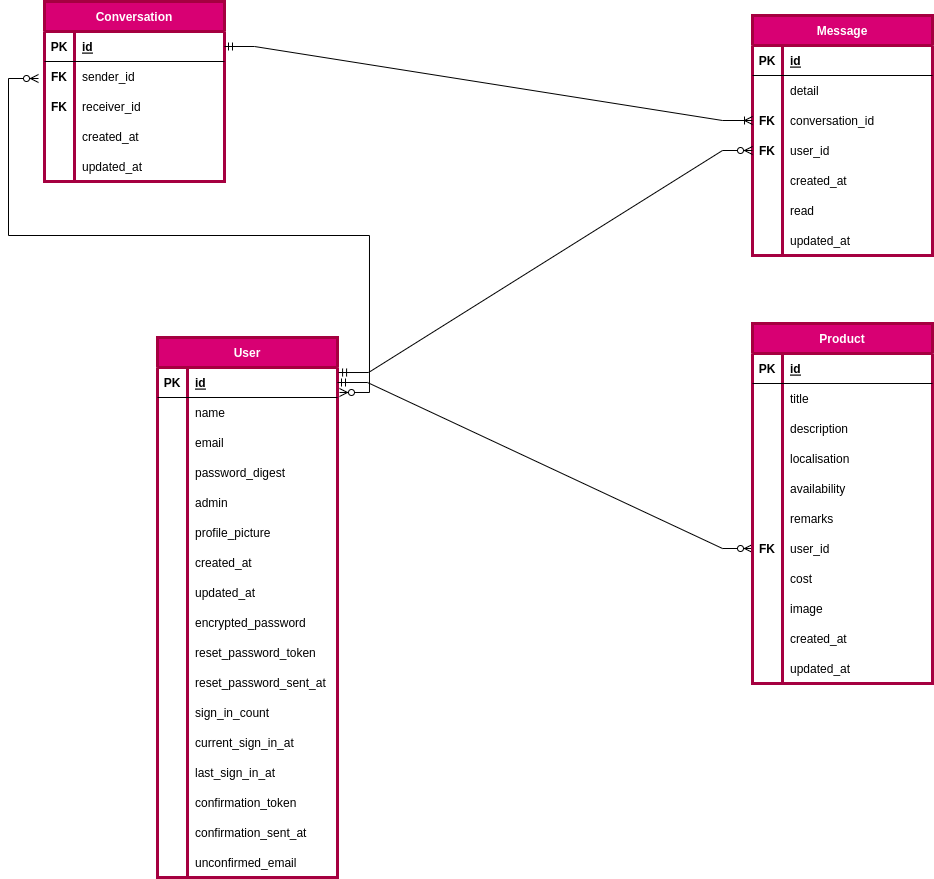
Earlier version of the draw.io export public/ER.png (IBRAHIMA8/Transimo). Source tidied: cells renumbered, new cells last; positions are measured from the earlier drawing's top-left corner, leaving out a move shared by most shapes.
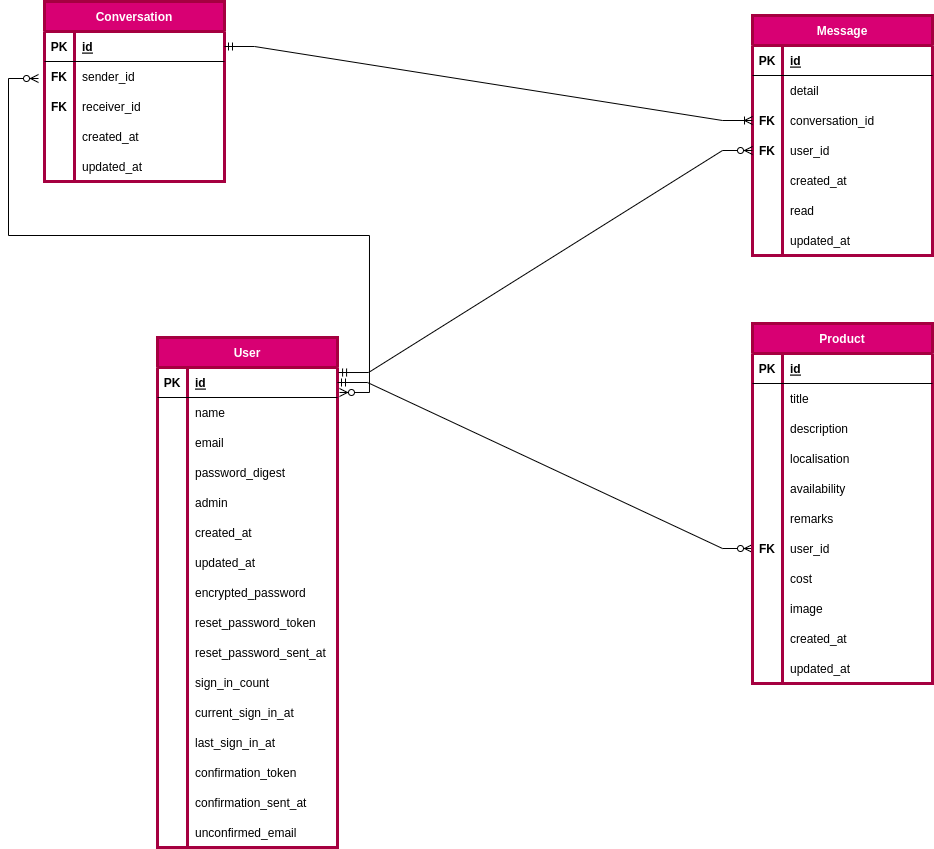
The same file after the commit.

What changed in the source:
```diff
@@ -3,7 +3,7 @@
     <mxCell id="0" />
     <mxCell id="1" parent="0" />
     <mxCell id="2" value="User" style="shape=table;startSize=30;rowLines=0;fontStyle=1;align=center;fillColor=#d80073;strokeColor=#A50040;fontColor=#ffffff;strokeWidth=3;" parent="1" vertex="1">
-      <mxGeometry x="119" y="336" width="180" height="540" as="geometry" />
+      <mxGeometry x="119" y="336" width="180" height="510" as="geometry" />
     </mxCell>
     <mxCell id="3" style="shape=tableRow;horizontal=0;startSize=0;swimlaneHead=0;swimlaneBody=0;fillColor=none;points=[[0,0.5],[1,0.5]];portConstraint=eastwest;top=0;left=0;right=0;bottom=1;" parent="2" vertex="1">
       <mxGeometry y="30" width="180" height="30" as="geometry" />
@@ -50,17 +50,8 @@
     <mxCell id="17" value="admin" style="shape=partialRectangle;fillColor=none;top=0;left=0;bottom=0;right=0;align=left;spacingLeft=6;overflow=hidden;" parent="15" vertex="1">
       <mxGeometry x="30" width="150" height="30" as="geometry" />
     </mxCell>
-    <mxCell id="18" style="shape=tableRow;horizontal=0;startSize=0;swimlaneHead=0;swimlaneBody=0;fillColor=none;top=0;left=0;right=0;bottom=0;" parent="2" vertex="1">
-      <mxGeometry y="180" width="180" height="30" as="geometry" />
-    </mxCell>
-    <mxCell id="19" style="shape=partialRectangle;fillColor=none;top=0;left=0;bottom=0;right=0;overflow=hidden;" parent="18" vertex="1">
-      <mxGeometry width="30" height="30" as="geometry" />
-    </mxCell>
-    <mxCell id="20" value="profile_picture" style="shape=partialRectangle;fillColor=none;top=0;left=0;bottom=0;right=0;align=left;spacingLeft=6;overflow=hidden;" parent="18" vertex="1">
-      <mxGeometry x="30" width="150" height="30" as="geometry" />
-    </mxCell>
     <mxCell id="21" style="shape=tableRow;horizontal=0;startSize=0;swimlaneHead=0;swimlaneBody=0;fillColor=none;top=0;left=0;right=0;bottom=0;" parent="2" vertex="1">
-      <mxGeometry y="210" width="180" height="30" as="geometry" />
+      <mxGeometry y="180" width="180" height="30" as="geometry" />
     </mxCell>
     <mxCell id="22" style="shape=partialRectangle;fillColor=none;top=0;left=0;bottom=0;right=0;overflow=hidden;" parent="21" vertex="1">
       <mxGeometry width="30" height="30" as="geometry" />
@@ -69,7 +60,7 @@
       <mxGeometry x="30" width="150" height="30" as="geometry" />
     </mxCell>
     <mxCell id="24" style="shape=tableRow;horizontal=0;startSize=0;swimlaneHead=0;swimlaneBody=0;fillColor=none;top=0;left=0;right=0;bottom=0;" parent="2" vertex="1">
-      <mxGeometry y="240" width="180" height="30" as="geometry" />
+      <mxGeometry y="210" width="180" height="30" as="geometry" />
     </mxCell>
     <mxCell id="25" style="shape=partialRectangle;fillColor=none;top=0;left=0;bottom=0;right=0;overflow=hidden;" parent="24" vertex="1">
       <mxGeometry width="30" height="30" as="geometry" />
@@ -78,7 +69,7 @@
       <mxGeometry x="30" width="150" height="30" as="geometry" />
     </mxCell>
     <mxCell id="27" style="shape=tableRow;horizontal=0;startSize=0;swimlaneHead=0;swimlaneBody=0;fillColor=none;top=0;left=0;right=0;bottom=0;" parent="2" vertex="1">
-      <mxGeometry y="270" width="180" height="30" as="geometry" />
+      <mxGeometry y="240" width="180" height="30" as="geometry" />
     </mxCell>
     <mxCell id="28" style="shape=partialRectangle;fillColor=none;top=0;left=0;bottom=0;right=0;overflow=hidden;" parent="27" vertex="1">
       <mxGeometry width="30" height="30" as="geometry" />
@@ -87,7 +78,7 @@
       <mxGeometry x="30" width="150" height="30" as="geometry" />
     </mxCell>
     <mxCell id="30" style="shape=tableRow;horizontal=0;startSize=0;swimlaneHead=0;swimlaneBody=0;fillColor=none;top=0;left=0;right=0;bottom=0;" parent="2" vertex="1">
-      <mxGeometry y="300" width="180" height="30" as="geometry" />
+      <mxGeometry y="270" width="180" height="30" as="geometry" />
     </mxCell>
     <mxCell id="31" style="shape=partialRectangle;fillColor=none;top=0;left=0;bottom=0;right=0;overflow=hidden;" parent="30" vertex="1">
       <mxGeometry width="30" height="30" as="geometry" />
@@ -96,7 +87,7 @@
       <mxGeometry x="30" width="150" height="30" as="geometry" />
     </mxCell>
     <mxCell id="33" style="shape=tableRow;horizontal=0;startSize=0;swimlaneHead=0;swimlaneBody=0;fillColor=none;top=0;left=0;right=0;bottom=0;" parent="2" vertex="1">
-      <mxGeometry y="330" width="180" height="30" as="geometry" />
+      <mxGeometry y="300" width="180" height="30" as="geometry" />
     </mxCell>
     <mxCell id="34" style="shape=partialRectangle;fillColor=none;top=0;left=0;bottom=0;right=0;overflow=hidden;" parent="33" vertex="1">
       <mxGeometry width="30" height="30" as="geometry" />
@@ -105,7 +96,7 @@
       <mxGeometry x="30" width="150" height="30" as="geometry" />
     </mxCell>
     <mxCell id="36" style="shape=tableRow;horizontal=0;startSize=0;swimlaneHead=0;swimlaneBody=0;fillColor=none;top=0;left=0;right=0;bottom=0;" parent="2" vertex="1">
-      <mxGeometry y="360" width="180" height="30" as="geometry" />
+      <mxGeometry y="330" width="180" height="30" as="geometry" />
     </mxCell>
     <mxCell id="37" style="shape=partialRectangle;fillColor=none;top=0;left=0;bottom=0;right=0;overflow=hidden;" parent="36" vertex="1">
       <mxGeometry width="30" height="30" as="geometry" />
@@ -114,7 +105,7 @@
       <mxGeometry x="30" width="150" height="30" as="geometry" />
     </mxCell>
     <mxCell id="39" style="shape=tableRow;horizontal=0;startSize=0;swimlaneHead=0;swimlaneBody=0;fillColor=none;top=0;left=0;right=0;bottom=0;" parent="2" vertex="1">
-      <mxGeometry y="390" width="180" height="30" as="geometry" />
+      <mxGeometry y="360" width="180" height="30" as="geometry" />
     </mxCell>
     <mxCell id="40" style="shape=partialRectangle;fillColor=none;top=0;left=0;bottom=0;right=0;overflow=hidden;" parent="39" vertex="1">
       <mxGeometry width="30" height="30" as="geometry" />
@@ -123,7 +114,7 @@
       <mxGeometry x="30" width="150" height="30" as="geometry" />
     </mxCell>
     <mxCell id="42" style="shape=tableRow;horizontal=0;startSize=0;swimlaneHead=0;swimlaneBody=0;fillColor=none;top=0;left=0;right=0;bottom=0;" parent="2" vertex="1">
-      <mxGeometry y="420" width="180" height="30" as="geometry" />
+      <mxGeometry y="390" width="180" height="30" as="geometry" />
     </mxCell>
     <mxCell id="43" style="shape=partialRectangle;fillColor=none;top=0;left=0;bottom=0;right=0;overflow=hidden;" parent="42" vertex="1">
       <mxGeometry width="30" height="30" as="geometry" />
@@ -132,7 +123,7 @@
       <mxGeometry x="30" width="150" height="30" as="geometry" />
     </mxCell>
     <mxCell id="45" style="shape=tableRow;horizontal=0;startSize=0;swimlaneHead=0;swimlaneBody=0;fillColor=none;top=0;left=0;right=0;bottom=0;" parent="2" vertex="1">
-      <mxGeometry y="450" width="180" height="30" as="geometry" />
+      <mxGeometry y="420" width="180" height="30" as="geometry" />
     </mxCell>
     <mxCell id="46" style="shape=partialRectangle;fillColor=none;top=0;left=0;bottom=0;right=0;overflow=hidden;" parent="45" vertex="1">
       <mxGeometry width="30" height="30" as="geometry" />
@@ -141,7 +132,7 @@
       <mxGeometry x="30" width="150" height="30" as="geometry" />
     </mxCell>
     <mxCell id="48" style="shape=tableRow;horizontal=0;startSize=0;swimlaneHead=0;swimlaneBody=0;fillColor=none;top=0;left=0;right=0;bottom=0;" parent="2" vertex="1">
-      <mxGeometry y="480" width="180" height="30" as="geometry" />
+      <mxGeometry y="450" width="180" height="30" as="geometry" />
     </mxCell>
     <mxCell id="49" style="shape=partialRectangle;fillColor=none;top=0;left=0;bottom=0;right=0;overflow=hidden;" parent="48" vertex="1">
       <mxGeometry width="30" height="30" as="geometry" />
@@ -150,7 +141,7 @@
       <mxGeometry x="30" width="150" height="30" as="geometry" />
     </mxCell>
     <mxCell id="51" style="shape=tableRow;horizontal=0;startSize=0;swimlaneHead=0;swimlaneBody=0;fillColor=none;top=0;left=0;right=0;bottom=0;" parent="2" vertex="1">
-      <mxGeometry y="510" width="180" height="30" as="geometry" />
+      <mxGeometry y="480" width="180" height="30" as="geometry" />
     </mxCell>
     <mxCell id="52" style="shape=partialRectangle;fillColor=none;top=0;left=0;bottom=0;right=0;overflow=hidden;" parent="51" vertex="1">
       <mxGeometry width="30" height="30" as="geometry" />
```
